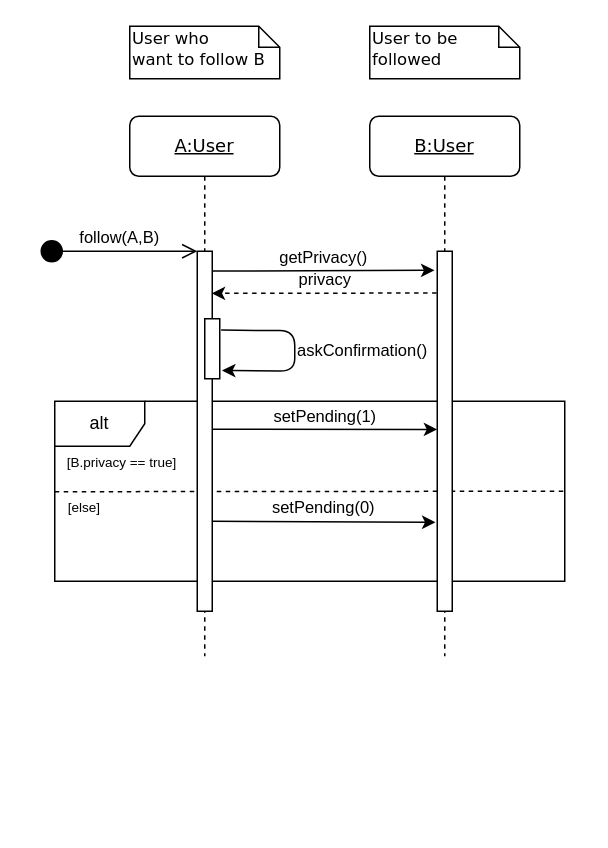
The draw.io diagram Diagrammes/SequenceDiagrams/askFollow.drawio in NNepper/LSINF1225-2020-GroupeL1.1-WishList, before the edit. Source tidied: cells renumbered, new cells numbered last; positions are measured from the earlier drawing's top-left corner, leaving out a move shared by most shapes. Both pictures are drawn from the tidied source at 150%, with x=0, y=0 at pixel (39, 26).
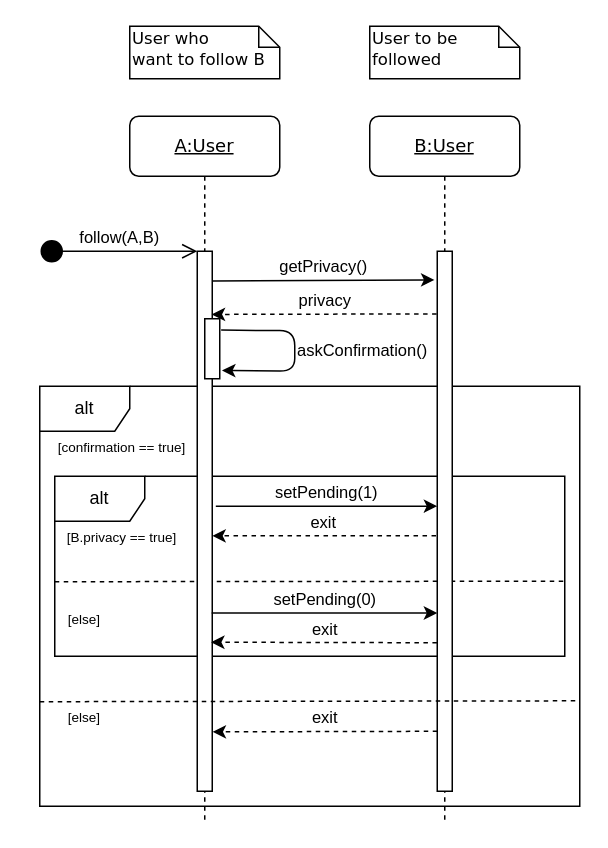
Above is the later version.

Commit message (it also covers changes not shown here):
Amélioration selon la réalité

The edit, as a diff of the source:
```diff
@@
+    <mxCell id="19" value="alt" style="shape=umlFrame;whiteSpace=wrap;html=1;" parent="1" vertex="1">
+      <mxGeometry y="240" width="360" height="280" as="geometry" />
+    </mxCell>
+    <mxCell id="3" value="alt" style="shape=umlFrame;whiteSpace=wrap;html=1;" parent="1" vertex="1">
+      <mxGeometry x="10" y="300" width="340" height="120" as="geometry" />
+    </mxCell>
     <mxCell id="2" style="endArrow=none;dashed=1;html=1;exitX=0.002;exitY=0.502;exitDx=0;exitDy=0;exitPerimeter=0;" parent="1" edge="1">
       <mxGeometry relative="1" as="geometry">
-        <mxPoint x="10" y="310.3" as="sourcePoint" />
-        <mxPoint x="350" y="310" as="targetPoint" />
+        <mxPoint x="10" y="370.3" as="sourcePoint" />
+        <mxPoint x="350" y="370" as="targetPoint" />
       </mxGeometry>
     </mxCell>
-    <mxCell id="3" value="alt" style="shape=umlFrame;whiteSpace=wrap;html=1;" parent="1" vertex="1">
-      <mxGeometry x="10" y="250" width="340" height="120" as="geometry" />
-    </mxCell>
     <mxCell id="4" value="&lt;u&gt;B:User&lt;/u&gt;" style="shape=umlLifeline;perimeter=lifelinePerimeter;whiteSpace=wrap;html=1;rounded=1;shadow=0;comic=0;labelBackgroundColor=none;strokeWidth=1;fontFamily=Verdana;fontSize=12;align=center;" parent="1" vertex="1">
-      <mxGeometry x="220" y="60" width="100" height="360" as="geometry" />
+      <mxGeometry x="220" y="60" width="100" height="470" as="geometry" />
     </mxCell>
     <mxCell id="5" style="html=1;points=[];perimeter=orthogonalPerimeter;rounded=0;shadow=0;comic=0;labelBackgroundColor=none;strokeWidth=1;fontFamily=Verdana;fontSize=12;align=center;" parent="4" vertex="1">
-      <mxGeometry x="45" y="90" width="10" height="240" as="geometry" />
+      <mxGeometry x="45" y="90" width="10" height="360" as="geometry" />
     </mxCell>
     <mxCell id="6" value="&lt;u&gt;A:User&lt;/u&gt;" style="shape=umlLifeline;perimeter=lifelinePerimeter;whiteSpace=wrap;html=1;rounded=1;shadow=0;comic=0;labelBackgroundColor=none;strokeWidth=1;fontFamily=Verdana;fontSize=12;align=center;" parent="1" vertex="1">
-      <mxGeometry x="60" y="60" width="100" height="360" as="geometry" />
+      <mxGeometry x="60" y="60" width="100" height="470" as="geometry" />
     </mxCell>
     <mxCell id="7" style="html=1;points=[];perimeter=orthogonalPerimeter;rounded=0;shadow=0;comic=0;labelBackgroundColor=none;strokeWidth=1;fontFamily=Verdana;fontSize=12;align=center;" parent="6" vertex="1">
-      <mxGeometry x="45" y="90" width="10" height="240" as="geometry" />
+      <mxGeometry x="45" y="90" width="10" height="360" as="geometry" />
     </mxCell>
@@
-    <mxCell id="13" value="setPending(1)" style="endArrow=classic;html=1;entryX=0.002;entryY=0.473;entryDx=0;entryDy=0;entryPerimeter=0;labelPosition=center;verticalLabelPosition=top;align=center;verticalAlign=bottom;exitX=1.033;exitY=0.472;exitDx=0;exitDy=0;exitPerimeter=0;" parent="1" edge="1">
-      <mxGeometry relative="1" as="geometry">
-        <mxPoint x="115.3" y="268.6" as="sourcePoint" />
-        <mxPoint x="265" y="268.8" as="targetPoint" />
-      </mxGeometry>
+    <mxCell id="13" value="setPending(1)" style="endArrow=classic;html=1;labelPosition=center;verticalLabelPosition=top;align=center;verticalAlign=bottom;exitX=1.238;exitY=0.472;exitDx=0;exitDy=0;exitPerimeter=0;" parent="1" edge="1" source="7" target="5">
+      <mxGeometry relative="1" as="geometry" />
     </mxCell>
     <mxCell id="14" value="&lt;font style=&quot;font-size: 9px&quot;&gt;[B.privacy == true]&lt;/font&gt;" style="text;html=1;strokeColor=none;fillColor=none;align=center;verticalAlign=middle;whiteSpace=wrap;rounded=0;" parent="1" vertex="1">
-      <mxGeometry x="10" y="280" width="90" height="20" as="geometry" />
+      <mxGeometry x="10" y="330" width="90" height="20" as="geometry" />
     </mxCell>
     <mxCell id="15" value="&lt;font style=&quot;font-size: 9px&quot;&gt;[else]&lt;/font&gt;" style="text;html=1;strokeColor=none;fillColor=none;align=center;verticalAlign=middle;whiteSpace=wrap;rounded=0;" parent="1" vertex="1">
-      <mxGeometry x="10" y="310" width="40" height="20" as="geometry" />
+      <mxGeometry x="10" y="385" width="40" height="20" as="geometry" />
     </mxCell>
-    <mxCell id="16" value="setPending(0)" style="endArrow=classic;html=1;entryX=-0.029;entryY=0.304;entryDx=0;entryDy=0;entryPerimeter=0;labelPosition=center;verticalLabelPosition=top;align=center;verticalAlign=bottom;exitX=1.089;exitY=0.302;exitDx=0;exitDy=0;exitPerimeter=0;" parent="1" edge="1">
-      <mxGeometry relative="1" as="geometry">
-        <mxPoint x="115" y="330" as="sourcePoint" />
-        <mxPoint x="263.8" y="330.7" as="targetPoint" />
-      </mxGeometry>
+    <mxCell id="16" value="setPending(0)" style="endArrow=classic;html=1;labelPosition=center;verticalLabelPosition=top;align=center;verticalAlign=bottom;exitX=0.962;exitY=0.67;exitDx=0;exitDy=0;exitPerimeter=0;" parent="1" edge="1" source="7" target="5">
+      <mxGeometry relative="1" as="geometry" />
     </mxCell>
@@
+    <mxCell id="20" value="exit" style="endArrow=classic;html=1;labelPosition=center;verticalLabelPosition=top;align=center;verticalAlign=bottom;dashed=1;labelBackgroundColor=none;exitX=-0.081;exitY=0.527;exitDx=0;exitDy=0;exitPerimeter=0;" parent="1" edge="1" source="5" target="7">
+      <mxGeometry relative="1" as="geometry" />
+    </mxCell>
+    <mxCell id="21" value="exit" style="endArrow=classic;html=1;labelPosition=center;verticalLabelPosition=top;align=center;verticalAlign=bottom;dashed=1;labelBackgroundColor=none;exitX=-0.022;exitY=0.725;exitDx=0;exitDy=0;exitPerimeter=0;entryX=0.919;entryY=0.724;entryDx=0;entryDy=0;entryPerimeter=0;" parent="1" edge="1" source="5" target="7">
+      <mxGeometry relative="1" as="geometry" />
+    </mxCell>
+    <mxCell id="22" value="exit" style="endArrow=classic;html=1;labelPosition=center;verticalLabelPosition=top;align=center;verticalAlign=bottom;dashed=1;labelBackgroundColor=none;exitX=0;exitY=0.889;exitDx=0;exitDy=0;exitPerimeter=0;entryX=1.019;entryY=0.89;entryDx=0;entryDy=0;entryPerimeter=0;" parent="1" edge="1" source="5" target="7">
+      <mxGeometry relative="1" as="geometry" />
+    </mxCell>
+    <mxCell id="23" style="endArrow=none;dashed=1;html=1;exitX=0.002;exitY=0.502;exitDx=0;exitDy=0;exitPerimeter=0;entryX=0.999;entryY=0.749;entryDx=0;entryDy=0;entryPerimeter=0;" parent="1" edge="1" target="19">
+      <mxGeometry relative="1" as="geometry">
+        <mxPoint y="450.3" as="sourcePoint" />
+      </mxGeometry>
+    </mxCell>
+    <mxCell id="24" value="&lt;font style=&quot;font-size: 9px&quot;&gt;[confirmation == true]&lt;/font&gt;" style="text;html=1;strokeColor=none;fillColor=none;align=center;verticalAlign=middle;whiteSpace=wrap;rounded=0;" parent="1" vertex="1">
+      <mxGeometry x="10" y="270" width="90" height="20" as="geometry" />
+    </mxCell>
+    <mxCell id="25" value="&lt;font style=&quot;font-size: 9px&quot;&gt;[else]&lt;/font&gt;" style="text;html=1;strokeColor=none;fillColor=none;align=center;verticalAlign=middle;whiteSpace=wrap;rounded=0;" parent="1" vertex="1">
+      <mxGeometry x="10" y="450" width="40" height="20" as="geometry" />
+    </mxCell>
```
